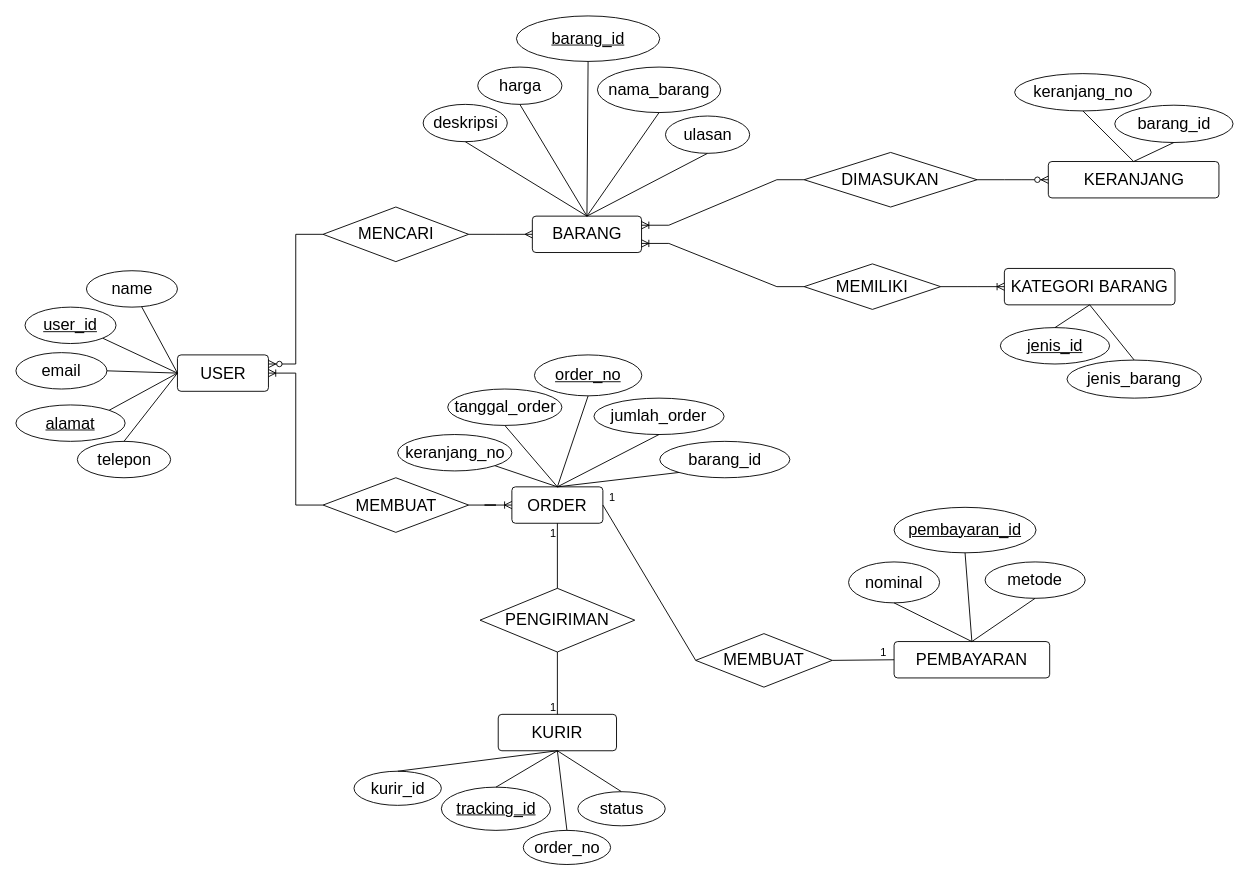
Before: Basis Data S2.drawio in WisanggeniSuryo/USM, a draw.io diagram. Source tidied: cells renumbered, new cells numbered last; positions are measured from the earlier drawing's top-left corner, leaving out a move shared by most shapes. Both pictures are drawn from the tidied source at 91%, with x=0, y=0 at pixel (15, 15).
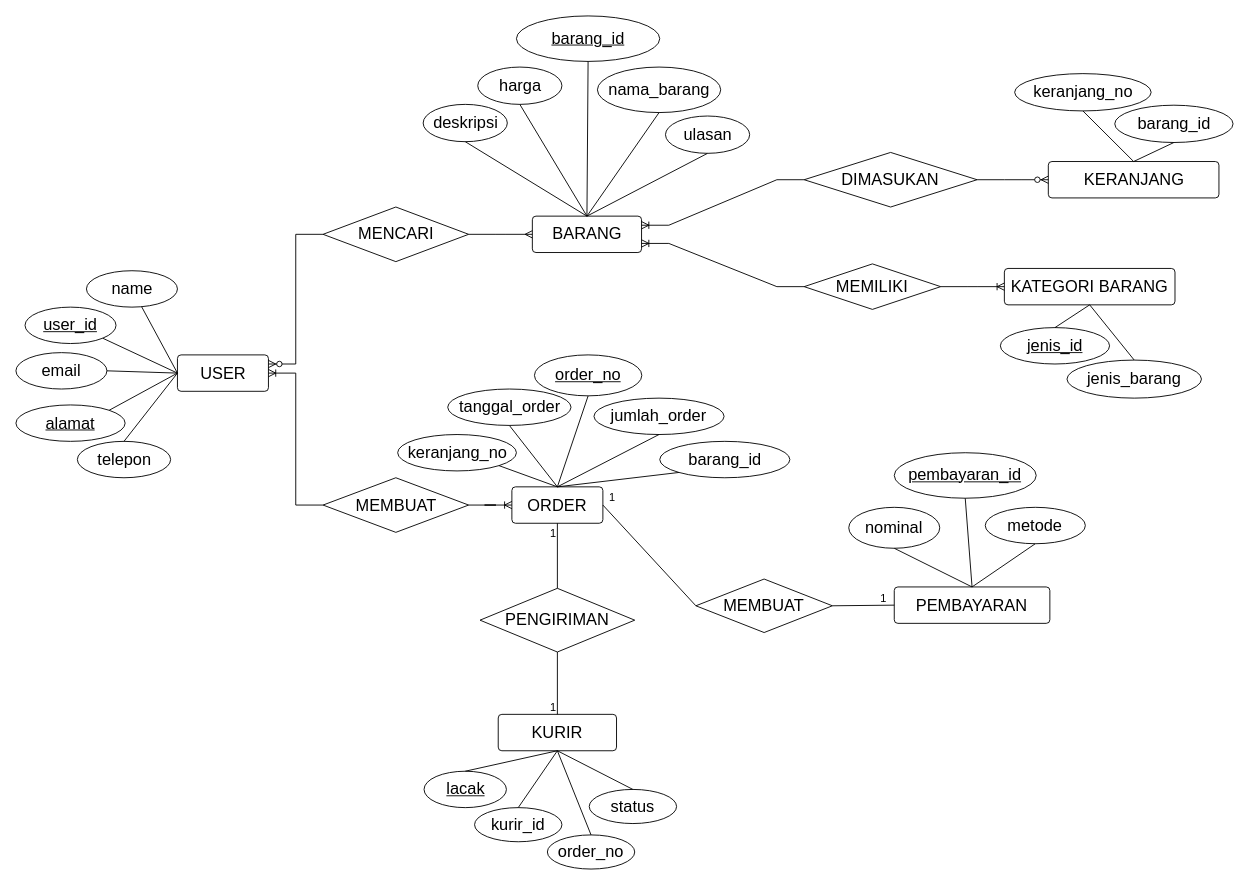
After the change.

Unchanged cells that the change refers to:
```xml
<mxCell id="25" value="&lt;span style=&quot;font-size: 18px;&quot;&gt;KURIR&lt;/span&gt;" style="rounded=1;arcSize=10;whiteSpace=wrap;html=1;align=center;" parent="1" vertex="1">
  <mxGeometry x="530" y="767.5" width="130" height="40" as="geometry" />
</mxCell>
<mxCell id="51" style="endArrow=none;html=1;rounded=0;exitX=0.5;exitY=1;exitDx=0;exitDy=0;entryX=0.5;entryY=0;entryDx=0;entryDy=0;" parent="1" edge="1" source="4" target="25">
  <mxGeometry relative="1" as="geometry" />
</mxCell>
<mxCell id="53" style="endArrow=none;html=1;rounded=0;exitX=0.5;exitY=0;exitDx=0;exitDy=0;entryX=0.5;entryY=1;entryDx=0;entryDy=0;" parent="1" edge="1" source="4" target="16">
  <mxGeometry relative="1" as="geometry" />
</mxCell>
<mxCell id="55" style="endArrow=none;html=1;rounded=0;exitX=1;exitY=0.5;exitDx=0;exitDy=0;entryX=0;entryY=0.5;entryDx=0;entryDy=0;" parent="1" edge="1" source="18" target="17">
  <mxGeometry relative="1" as="geometry" />
</mxCell>
<mxCell id="57" style="endArrow=none;html=1;rounded=0;exitX=0;exitY=0.5;exitDx=0;exitDy=0;entryX=1;entryY=0.5;entryDx=0;entryDy=0;" parent="1" edge="1" source="18" target="16">
  <mxGeometry relative="1" as="geometry" />
</mxCell>
```

What changed in the source:
```diff
@@
     <mxCell id="7" value="&lt;font style=&quot;font-size: 18px;&quot;&gt;tanggal_order&lt;/font&gt;" style="ellipse;whiteSpace=wrap;html=1;" parent="1" vertex="1">
-      <mxGeometry x="474.5" y="410" width="125.5" height="40" as="geometry" />
+      <mxGeometry x="474.5" y="410" width="135.5" height="40" as="geometry" />
     </mxCell>
@@
     <mxCell id="9" value="&lt;span style=&quot;font-size: 18px;&quot;&gt;pembayaran_id&lt;/span&gt;" style="ellipse;whiteSpace=wrap;html=1;shadow=0;fontStyle=4;" parent="1" vertex="1">
-      <mxGeometry x="965" y="540" width="156" height="50" as="geometry" />
+      <mxGeometry x="965.2" y="480" width="156" height="50" as="geometry" />
     </mxCell>
     <mxCell id="10" value="&lt;span style=&quot;font-size: 18px;&quot;&gt;nominal&lt;/span&gt;" style="ellipse;whiteSpace=wrap;html=1;shadow=0;" parent="1" vertex="1">
-      <mxGeometry x="915" y="600" width="100" height="45" as="geometry" />
+      <mxGeometry x="915.2" y="540" width="100" height="45" as="geometry" />
     </mxCell>
     <mxCell id="11" value="&lt;span style=&quot;font-size: 18px;&quot;&gt;metode&lt;/span&gt;" style="ellipse;whiteSpace=wrap;html=1;shadow=0;" parent="1" vertex="1">
-      <mxGeometry x="1065" y="600" width="110" height="40" as="geometry" />
+      <mxGeometry x="1065.2" y="540" width="110" height="40" as="geometry" />
     </mxCell>
@@
     <mxCell id="17" value="&lt;span style=&quot;font-size: 18px;&quot;&gt;PEMBAYARAN&lt;/span&gt;" style="rounded=1;arcSize=10;whiteSpace=wrap;html=1;align=center;" parent="1" vertex="1">
-      <mxGeometry x="965" y="687.5" width="171" height="40" as="geometry" />
+      <mxGeometry x="965.2" y="627.5" width="171" height="40" as="geometry" />
     </mxCell>
     <mxCell id="18" value="&lt;span style=&quot;font-size: 18px;&quot;&gt;MEMBUAT&lt;/span&gt;" style="rhombus;whiteSpace=wrap;html=1;" parent="1" vertex="1">
-      <mxGeometry x="747" y="678.8" width="150" height="58.8" as="geometry" />
+      <mxGeometry x="747.2" y="618.8" width="150" height="58.8" as="geometry" />
     </mxCell>
@@
-    <mxCell id="26" value="&lt;span style=&quot;font-size: 18px;&quot;&gt;tracking_id&lt;/span&gt;" style="ellipse;whiteSpace=wrap;html=1;fontStyle=4;" parent="1" vertex="1">
-      <mxGeometry x="467.5" y="847.5" width="120" height="47.5" as="geometry" />
-    </mxCell>
+    <mxCell id="83" value="&lt;span style=&quot;font-size: 18px;&quot;&gt;lacak&lt;/span&gt;" style="ellipse;whiteSpace=wrap;html=1;fontStyle=4;" parent="1" vertex="1">
+      <mxGeometry x="448.5" y="830" width="90.5" height="40" as="geometry" />
+    </mxCell>
     <mxCell id="27" value="&lt;font style=&quot;font-size: 18px;&quot;&gt;order_no&lt;/font&gt;" style="ellipse;whiteSpace=wrap;html=1;shadow=0;fontStyle=0;" parent="1" vertex="1">
-      <mxGeometry x="557.5" y="895" width="96" height="37.5" as="geometry" />
+      <mxGeometry x="584" y="900" width="96" height="37.5" as="geometry" />
     </mxCell>
     <mxCell id="28" value="&lt;font style=&quot;font-size: 18px;&quot;&gt;status&lt;/font&gt;" style="ellipse;whiteSpace=wrap;html=1;shadow=0;fontStyle=0;" parent="1" vertex="1">
-      <mxGeometry x="617.5" y="852.5" width="96" height="37.5" as="geometry" />
+      <mxGeometry x="630" y="850" width="96" height="37.5" as="geometry" />
     </mxCell>
@@
-    <mxCell id="34" style="endArrow=none;html=1;rounded=0;entryX=0.5;entryY=1;entryDx=0;entryDy=0;exitX=0.5;exitY=0;exitDx=0;exitDy=0;" parent="1" edge="1" source="26" target="25">
-      <mxGeometry relative="1" as="geometry" />
-    </mxCell>
+    <mxCell id="84" style="endArrow=none;html=1;rounded=0;entryX=0.5;entryY=1;entryDx=0;entryDy=0;exitX=0.5;exitY=0;exitDx=0;exitDy=0;" parent="1" edge="1" source="83" target="25">
+      <mxGeometry relative="1" as="geometry" />
+    </mxCell>
@@
-    <mxCell id="52" value="1" style="html=1;whiteSpace=wrap;align=right;verticalAlign=bottom;" parent="51" vertex="1">
-      <mxGeometry x="1" relative="1" as="geometry" />
-    </mxCell>
+    <mxCell id="85" value="1" style="html=1;whiteSpace=wrap;align=right;verticalAlign=bottom;" parent="51" vertex="1">
+      <mxGeometry x="1" relative="1" as="geometry" />
+    </mxCell>
@@
-    <mxCell id="54" value="1" style="html=1;whiteSpace=wrap;align=right;verticalAlign=bottom;" parent="53" vertex="1">
-      <mxGeometry x="1" relative="1" as="geometry">
-        <mxPoint y="20" as="offset" />
-      </mxGeometry>
-    </mxCell>
+    <mxCell id="86" value="1" style="html=1;whiteSpace=wrap;align=right;verticalAlign=bottom;" parent="53" vertex="1">
+      <mxGeometry x="1" relative="1" as="geometry">
+        <mxPoint y="20" as="offset" />
+      </mxGeometry>
+    </mxCell>
@@
-    <mxCell id="56" value="1" style="html=1;whiteSpace=wrap;align=right;verticalAlign=bottom;" parent="55" vertex="1">
-      <mxGeometry x="1" relative="1" as="geometry">
-        <mxPoint x="-7" as="offset" />
-      </mxGeometry>
-    </mxCell>
+    <mxCell id="87" value="1" style="html=1;whiteSpace=wrap;align=right;verticalAlign=bottom;" parent="55" vertex="1">
+      <mxGeometry x="1" relative="1" as="geometry">
+        <mxPoint x="-7" as="offset" />
+      </mxGeometry>
+    </mxCell>
@@
-    <mxCell id="58" value="1" style="html=1;whiteSpace=wrap;align=right;verticalAlign=bottom;" parent="57" vertex="1">
-      <mxGeometry x="1" relative="1" as="geometry">
-        <mxPoint x="15" as="offset" />
-      </mxGeometry>
-    </mxCell>
+    <mxCell id="88" value="1" style="html=1;whiteSpace=wrap;align=right;verticalAlign=bottom;" parent="57" vertex="1">
+      <mxGeometry x="1" relative="1" as="geometry">
+        <mxPoint x="15" as="offset" />
+      </mxGeometry>
+    </mxCell>
@@
     <mxCell id="67" value="&lt;span style=&quot;font-size: 18px;&quot;&gt;kurir_id&lt;/span&gt;" style="ellipse;whiteSpace=wrap;html=1;shadow=0;fontStyle=0;" parent="1" vertex="1">
-      <mxGeometry x="371.5" y="830" width="96" height="37.5" as="geometry" />
+      <mxGeometry x="504" y="870" width="96" height="37.5" as="geometry" />
     </mxCell>
@@
     <mxCell id="75" value="&lt;span style=&quot;font-size: 18px;&quot;&gt;keranjang_no&lt;/span&gt;" style="ellipse;whiteSpace=wrap;html=1;" parent="1" vertex="1">
-      <mxGeometry x="419.5" y="460" width="125.5" height="40" as="geometry" />
+      <mxGeometry x="419.5" y="460" width="130.5" height="40" as="geometry" />
     </mxCell>
```
